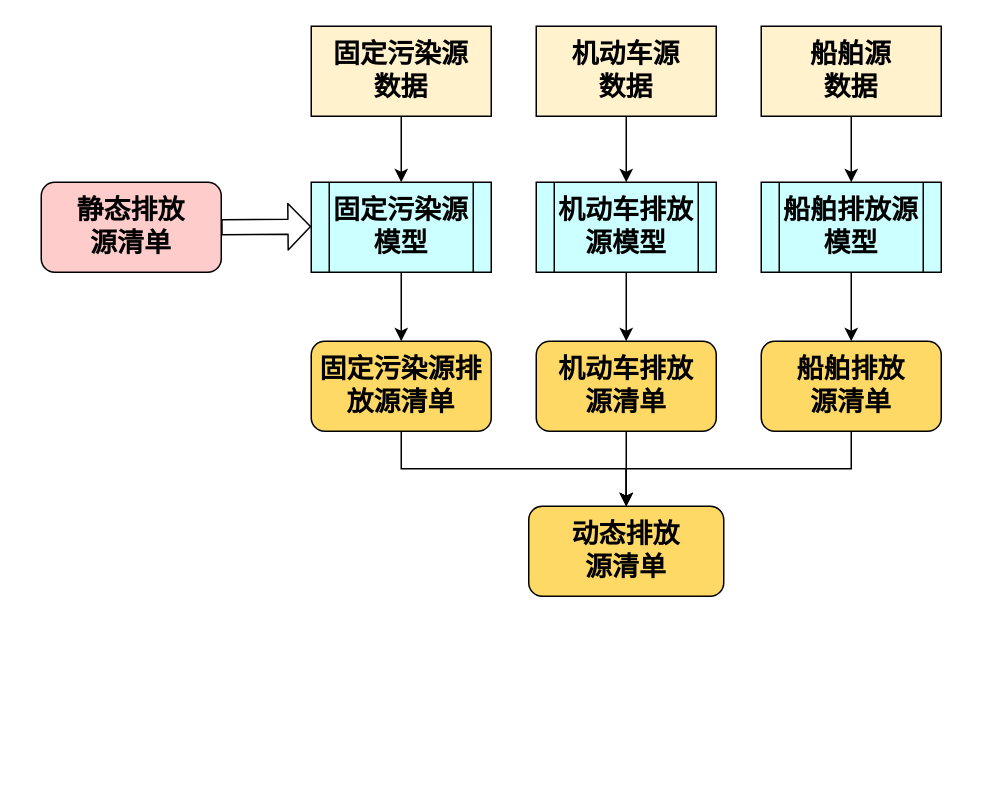
The draw.io diagram 动态源清单内容.drawio in WienWong/Misc, before the edit. Source tidied: cells renumbered, new cells numbered last; positions are measured from the earlier drawing's top-left corner, leaving out a move shared by most shapes. Both pictures are drawn from the tidied source at 150%, with x=0, y=0 at pixel (40, 26).
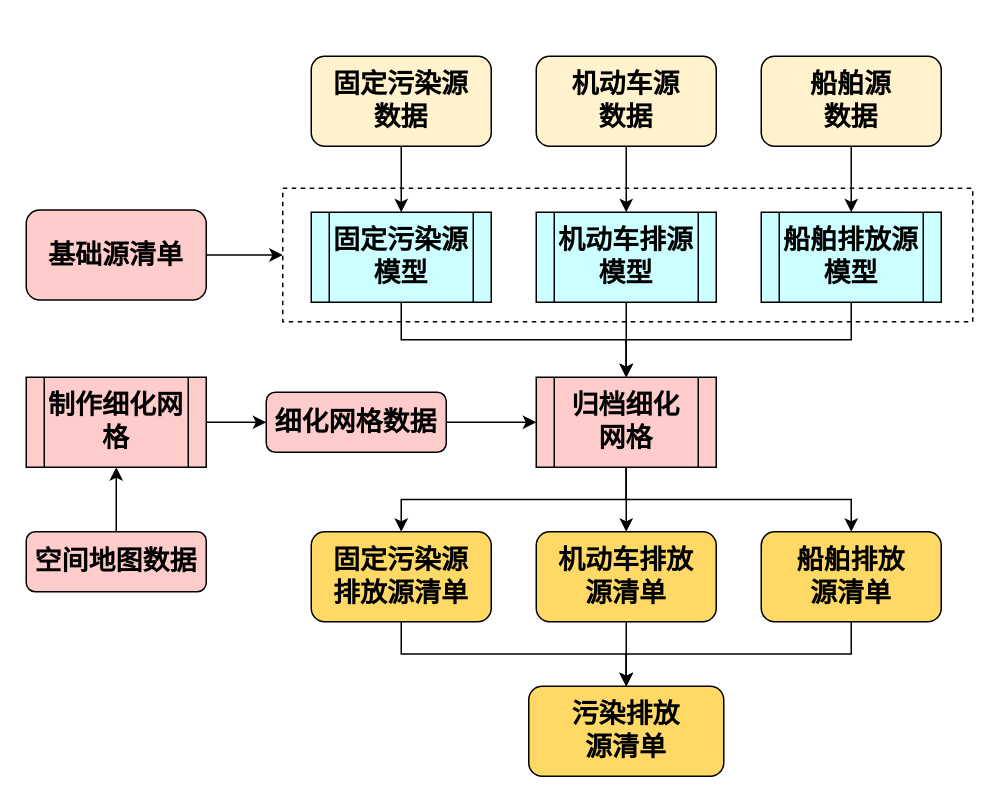
The same diagram, later.

Commit message:
Update 动态源清单内容.drawio

The edit, as a diff of the source:
```diff
@@
-    <mxCell id="2" value="&lt;font style=&quot;font-size: 18px&quot;&gt;&lt;b&gt;动态&lt;/b&gt;&lt;b&gt;排放&lt;br&gt;源清单&lt;/b&gt;&lt;b&gt;&lt;br&gt;&lt;/b&gt;&lt;/font&gt;" style="rounded=1;whiteSpace=wrap;html=1;fillColor=#FFD966;" parent="1" vertex="1">
-      <mxGeometry x="325" y="320" width="130" height="60" as="geometry" />
+    <mxCell id="2" value="&lt;font style=&quot;font-size: 18px&quot;&gt;&lt;b&gt;污染排放&lt;br&gt;源清单&lt;/b&gt;&lt;b&gt;&lt;br&gt;&lt;/b&gt;&lt;/font&gt;" style="rounded=1;whiteSpace=wrap;html=1;fillColor=#FFD966;" parent="1" vertex="1">
+      <mxGeometry x="325" y="440" width="130" height="60" as="geometry" />
     </mxCell>
+    <mxCell id="23" style="edgeStyle=orthogonalEdgeStyle;rounded=0;jettySize=auto;html=1;exitX=1;exitY=0.5;exitDx=0;exitDy=0;" parent="1" edge="1" source="9" target="25">
+      <mxGeometry relative="1" as="geometry" />
+    </mxCell>
+    <mxCell id="9" value="&lt;font style=&quot;font-size: 18px&quot;&gt;&lt;b&gt;基础源清单&lt;/b&gt;&lt;/font&gt;" style="rounded=1;whiteSpace=wrap;html=1;fillColor=#FFCCCC;" parent="1" vertex="1">
+      <mxGeometry x="-10" y="122.5" width="120" height="60" as="geometry" />
+    </mxCell>
+    <mxCell id="16" style="edgeStyle=orthogonalEdgeStyle;rounded=0;jettySize=auto;html=1;exitX=0.5;exitY=1;exitDx=0;exitDy=0;" parent="1" edge="1" source="17" target="2">
+      <mxGeometry relative="1" as="geometry" />
+    </mxCell>
+    <mxCell id="17" value="&lt;font style=&quot;font-size: 18px&quot;&gt;&lt;b&gt;固定污染源&lt;br&gt;排放源清单&lt;/b&gt;&lt;b&gt;&lt;br&gt;&lt;/b&gt;&lt;/font&gt;" style="rounded=1;whiteSpace=wrap;html=1;fillColor=#FFD966;" parent="1" vertex="1">
+      <mxGeometry x="180" y="337" width="120" height="60" as="geometry" />
+    </mxCell>
+    <mxCell id="24" style="edgeStyle=orthogonalEdgeStyle;rounded=0;jettySize=auto;html=1;exitX=0.5;exitY=1;exitDx=0;exitDy=0;" parent="1" edge="1" source="19" target="2">
+      <mxGeometry relative="1" as="geometry" />
+    </mxCell>
+    <mxCell id="19" value="&lt;font style=&quot;font-size: 18px&quot;&gt;&lt;b&gt;机动车排放&lt;br&gt;源清单&lt;/b&gt;&lt;b&gt;&lt;br&gt;&lt;/b&gt;&lt;/font&gt;" style="rounded=1;whiteSpace=wrap;html=1;fillColor=#FFD966;" parent="1" vertex="1">
+      <mxGeometry x="330" y="337" width="120" height="60" as="geometry" />
+    </mxCell>
+    <mxCell id="20" style="edgeStyle=orthogonalEdgeStyle;rounded=0;jettySize=auto;html=1;exitX=0.5;exitY=1;exitDx=0;exitDy=0;" parent="1" edge="1" source="21" target="2">
+      <mxGeometry relative="1" as="geometry" />
+    </mxCell>
+    <mxCell id="21" value="&lt;font style=&quot;font-size: 18px&quot;&gt;&lt;b&gt;船舶排放&lt;br&gt;源清单&lt;/b&gt;&lt;b&gt;&lt;br&gt;&lt;/b&gt;&lt;/font&gt;" style="rounded=1;whiteSpace=wrap;html=1;fillColor=#FFD966;" parent="1" vertex="1">
+      <mxGeometry x="480" y="337" width="120" height="60" as="geometry" />
+    </mxCell>
+    <mxCell id="25" style="rounded=0;whiteSpace=wrap;html=1;dashed=1;" parent="1" vertex="1">
+      <mxGeometry x="161" y="108" width="460" height="89" as="geometry" />
+    </mxCell>
+    <mxCell id="26" style="edgeStyle=orthogonalEdgeStyle;rounded=0;jettySize=auto;html=1;exitX=0.5;exitY=1;exitDx=0;exitDy=0;entryX=0.5;entryY=0;entryDx=0;entryDy=0;" parent="1" edge="1" source="11" target="39">
+      <mxGeometry relative="1" as="geometry" />
+    </mxCell>
+    <mxCell id="11" value="&lt;font style=&quot;font-size: 18px&quot;&gt;&lt;b&gt;固定污染源&lt;br&gt;模型&lt;/b&gt;&lt;/font&gt;" style="shape=process;whiteSpace=wrap;html=1;backgroundOutline=1;fillColor=#CCFFFF;" parent="1" vertex="1">
+      <mxGeometry x="180" y="124" width="120" height="60" as="geometry" />
+    </mxCell>
+    <mxCell id="27" style="edgeStyle=orthogonalEdgeStyle;rounded=0;jettySize=auto;html=1;exitX=0.5;exitY=1;exitDx=0;exitDy=0;" parent="1" edge="1" source="28" target="39">
+      <mxGeometry relative="1" as="geometry" />
+    </mxCell>
+    <mxCell id="28" value="&lt;font style=&quot;font-size: 18px&quot;&gt;&lt;b&gt;机动车排源&lt;br&gt;模型&lt;/b&gt;&lt;/font&gt;" style="shape=process;whiteSpace=wrap;html=1;backgroundOutline=1;fillColor=#CCFFFF;" parent="1" vertex="1">
+      <mxGeometry x="330" y="124" width="120" height="60" as="geometry" />
+    </mxCell>
+    <mxCell id="29" style="edgeStyle=orthogonalEdgeStyle;rounded=0;jettySize=auto;html=1;exitX=0.5;exitY=1;exitDx=0;exitDy=0;entryX=0.5;entryY=0;entryDx=0;entryDy=0;" parent="1" edge="1" source="15" target="39">
+      <mxGeometry relative="1" as="geometry" />
+    </mxCell>
+    <mxCell id="15" value="&lt;b&gt;&lt;font style=&quot;font-size: 18px&quot;&gt;船舶排放源&lt;br&gt;模型&lt;/font&gt;&lt;/b&gt;" style="shape=process;whiteSpace=wrap;html=1;backgroundOutline=1;fillColor=#CCFFFF;" parent="1" vertex="1">
+      <mxGeometry x="480" y="124" width="120" height="60" as="geometry" />
+    </mxCell>
+    <mxCell id="30" style="edgeStyle=orthogonalEdgeStyle;rounded=0;jettySize=auto;html=1;exitX=1;exitY=0.5;exitDx=0;exitDy=0;entryX=0;entryY=0.5;entryDx=0;entryDy=0;" parent="1" edge="1" source="31" target="39">
+      <mxGeometry relative="1" as="geometry" />
+    </mxCell>
+    <mxCell id="31" value="&lt;font style=&quot;font-size: 18px&quot;&gt;&lt;b&gt;细化网格数据&lt;/b&gt;&lt;/font&gt;" style="rounded=1;whiteSpace=wrap;html=1;fontSize=12;glass=0;strokeWidth=1;shadow=0;fillColor=#FFCCCC;" parent="1" vertex="1">
+      <mxGeometry x="150" y="244" width="120" height="40" as="geometry" />
+    </mxCell>
+    <mxCell id="32" style="edgeStyle=orthogonalEdgeStyle;rounded=0;jettySize=auto;html=1;exitX=1;exitY=0.5;exitDx=0;exitDy=0;entryX=0;entryY=0.5;entryDx=0;entryDy=0;" parent="1" edge="1" source="33" target="31">
+      <mxGeometry relative="1" as="geometry" />
+    </mxCell>
+    <mxCell id="33" value="&lt;font style=&quot;font-size: 18px&quot;&gt;&lt;b&gt;制作细化网格&lt;/b&gt;&lt;/font&gt;" style="shape=process;whiteSpace=wrap;html=1;backgroundOutline=1;fillColor=#FFCCCC;" parent="1" vertex="1">
+      <mxGeometry x="-10" y="234" width="120" height="60" as="geometry" />
+    </mxCell>
+    <mxCell id="34" style="edgeStyle=orthogonalEdgeStyle;rounded=0;jettySize=auto;html=1;exitX=0.5;exitY=0;exitDx=0;exitDy=0;" parent="1" edge="1" source="35" target="33">
+      <mxGeometry relative="1" as="geometry" />
+    </mxCell>
+    <mxCell id="35" value="&lt;font style=&quot;font-size: 18px&quot;&gt;&lt;b&gt;空间地图数据&lt;/b&gt;&lt;/font&gt;" style="rounded=1;whiteSpace=wrap;html=1;fontSize=12;glass=0;strokeWidth=1;shadow=0;fillColor=#FFCCCC;" parent="1" vertex="1">
+      <mxGeometry x="-10" y="337" width="120" height="40" as="geometry" />
+    </mxCell>
+    <mxCell id="36" style="edgeStyle=orthogonalEdgeStyle;rounded=0;jettySize=auto;html=1;exitX=0.5;exitY=1;exitDx=0;exitDy=0;" parent="1" edge="1" source="39" target="17">
+      <mxGeometry relative="1" as="geometry" />
+    </mxCell>
+    <mxCell id="37" style="edgeStyle=orthogonalEdgeStyle;rounded=0;jettySize=auto;html=1;exitX=0.5;exitY=1;exitDx=0;exitDy=0;" parent="1" edge="1" source="39" target="19">
+      <mxGeometry relative="1" as="geometry" />
+    </mxCell>
+    <mxCell id="38" style="edgeStyle=orthogonalEdgeStyle;rounded=0;jettySize=auto;html=1;exitX=0.5;exitY=1;exitDx=0;exitDy=0;" parent="1" edge="1" source="39" target="21">
+      <mxGeometry relative="1" as="geometry" />
+    </mxCell>
+    <mxCell id="39" value="&lt;b&gt;&lt;font style=&quot;font-size: 18px&quot;&gt;归档细化&lt;br&gt;网格&lt;/font&gt;&lt;/b&gt;" style="shape=process;whiteSpace=wrap;html=1;backgroundOutline=1;fillColor=#FFCCCC;" parent="1" vertex="1">
+      <mxGeometry x="330" y="234" width="120" height="60" as="geometry" />
+    </mxCell>
-    <mxCell id="3" style="edgeStyle=orthogonalEdgeStyle;rounded=0;jettySize=auto;html=1;exitX=0.5;exitY=1;exitDx=0;exitDy=0;entryX=0.5;entryY=0;entryDx=0;entryDy=0;" parent="1" edge="1" source="4" target="11">
+    <mxCell id="3" style="edgeStyle=orthogonalEdgeStyle;rounded=0;jettySize=auto;html=1;exitX=0.5;exitY=1;exitDx=0;exitDy=0;" parent="1" edge="1" source="4" target="11">
       <mxGeometry relative="1" as="geometry" />
     </mxCell>
-    <mxCell id="4" value="&lt;b&gt;&lt;font style=&quot;font-size: 18px&quot;&gt;固定污染源&lt;br&gt;数据&lt;/font&gt;&lt;/b&gt;" style="rounded=0;whiteSpace=wrap;html=1;fillColor=#fff2cc;" parent="1" vertex="1">
-      <mxGeometry x="180" width="120" height="60" as="geometry" />
+    <mxCell id="4" value="&lt;b&gt;&lt;font style=&quot;font-size: 18px&quot;&gt;固定污染源&lt;br&gt;数据&lt;/font&gt;&lt;/b&gt;" style="rounded=1;whiteSpace=wrap;html=1;fillColor=#fff2cc;" parent="1" vertex="1">
+      <mxGeometry x="180" y="20" width="120" height="60" as="geometry" />
     </mxCell>
-    <mxCell id="5" style="edgeStyle=orthogonalEdgeStyle;rounded=0;jettySize=auto;html=1;exitX=0.5;exitY=1;exitDx=0;exitDy=0;entryX=0.5;entryY=0;entryDx=0;entryDy=0;" parent="1" edge="1" source="6" target="13">
-      <mxGeometry relative="1" as="geometry" />
-    </mxCell>
+    <mxCell id="40" style="edgeStyle=orthogonalEdgeStyle;rounded=0;jettySize=auto;html=1;exitX=0.5;exitY=1;exitDx=0;exitDy=0;entryX=0.5;entryY=0;entryDx=0;entryDy=0;" parent="1" edge="1" source="6" target="28">
+      <mxGeometry relative="1" as="geometry" />
+    </mxCell>
-    <mxCell id="6" value="&lt;font style=&quot;font-size: 18px&quot;&gt;&lt;b&gt;机动车源&lt;br&gt;数据&lt;br&gt;&lt;/b&gt;&lt;/font&gt;" style="rounded=0;whiteSpace=wrap;html=1;fillColor=#fff2cc;" parent="1" vertex="1">
-      <mxGeometry x="330" width="120" height="60" as="geometry" />
+    <mxCell id="6" value="&lt;font style=&quot;font-size: 18px&quot;&gt;&lt;b&gt;机动车源&lt;br&gt;数据&lt;br&gt;&lt;/b&gt;&lt;/font&gt;" style="rounded=1;whiteSpace=wrap;html=1;fillColor=#fff2cc;" parent="1" vertex="1">
+      <mxGeometry x="330" y="20" width="120" height="60" as="geometry" />
     </mxCell>
@@
-    <mxCell id="8" value="&lt;font style=&quot;font-size: 18px&quot;&gt;&lt;b&gt;船舶源&lt;br&gt;数据&lt;br&gt;&lt;/b&gt;&lt;/font&gt;" style="rounded=0;whiteSpace=wrap;html=1;fillColor=#fff2cc;" parent="1" vertex="1">
-      <mxGeometry x="480" width="120" height="60" as="geometry" />
+    <mxCell id="8" value="&lt;font style=&quot;font-size: 18px&quot;&gt;&lt;b&gt;船舶源&lt;br&gt;数据&lt;br&gt;&lt;/b&gt;&lt;/font&gt;" style="rounded=1;whiteSpace=wrap;html=1;fillColor=#fff2cc;" parent="1" vertex="1">
+      <mxGeometry x="480" y="20" width="120" height="60" as="geometry" />
     </mxCell>
-    <mxCell id="9" value="&lt;font style=&quot;font-size: 18px&quot;&gt;&lt;b&gt;静态排放&lt;br&gt;源清单&lt;/b&gt;&lt;/font&gt;" style="rounded=1;whiteSpace=wrap;html=1;fillColor=#FFCCCC;" parent="1" vertex="1">
-      <mxGeometry y="104" width="120" height="60" as="geometry" />
-    </mxCell>
-    <mxCell id="10" style="edgeStyle=orthogonalEdgeStyle;rounded=0;jettySize=auto;html=1;exitX=0.5;exitY=1;exitDx=0;exitDy=0;" parent="1" edge="1" source="11" target="17">
-      <mxGeometry relative="1" as="geometry" />
-    </mxCell>
-    <mxCell id="11" value="&lt;font style=&quot;font-size: 18px&quot;&gt;&lt;b&gt;固定污染源&lt;br&gt;模型&lt;/b&gt;&lt;/font&gt;" style="shape=process;whiteSpace=wrap;html=1;backgroundOutline=1;fillColor=#CCFFFF;" parent="1" vertex="1">
-      <mxGeometry x="180" y="104" width="120" height="60" as="geometry" />
-    </mxCell>
-    <mxCell id="12" style="edgeStyle=orthogonalEdgeStyle;rounded=0;jettySize=auto;html=1;exitX=0.5;exitY=1;exitDx=0;exitDy=0;entryX=0.5;entryY=0;entryDx=0;entryDy=0;" parent="1" edge="1" source="13" target="19">
-      <mxGeometry relative="1" as="geometry" />
-    </mxCell>
-    <mxCell id="13" value="&lt;font style=&quot;font-size: 18px&quot;&gt;&lt;b&gt;机动车排放源模型&lt;/b&gt;&lt;/font&gt;" style="shape=process;whiteSpace=wrap;html=1;backgroundOutline=1;fillColor=#CCFFFF;" parent="1" vertex="1">
-      <mxGeometry x="330" y="104" width="120" height="60" as="geometry" />
-    </mxCell>
-    <mxCell id="14" style="edgeStyle=orthogonalEdgeStyle;rounded=0;jettySize=auto;html=1;exitX=0.5;exitY=1;exitDx=0;exitDy=0;entryX=0.5;entryY=0;entryDx=0;entryDy=0;" parent="1" edge="1" source="15" target="21">
-      <mxGeometry relative="1" as="geometry" />
-    </mxCell>
-    <mxCell id="15" value="&lt;b&gt;&lt;font style=&quot;font-size: 18px&quot;&gt;船舶排放源&lt;br&gt;模型&lt;/font&gt;&lt;/b&gt;" style="shape=process;whiteSpace=wrap;html=1;backgroundOutline=1;fillColor=#CCFFFF;" parent="1" vertex="1">
-      <mxGeometry x="480" y="104" width="120" height="60" as="geometry" />
-    </mxCell>
-    <mxCell id="16" style="edgeStyle=orthogonalEdgeStyle;rounded=0;jettySize=auto;html=1;exitX=0.5;exitY=1;exitDx=0;exitDy=0;entryX=0.5;entryY=0;entryDx=0;entryDy=0;" parent="1" edge="1" source="17" target="2">
-      <mxGeometry relative="1" as="geometry" />
-    </mxCell>
-    <mxCell id="17" value="&lt;font style=&quot;font-size: 18px&quot;&gt;&lt;b&gt;固定污染源排放源清单&lt;/b&gt;&lt;b&gt;&lt;br&gt;&lt;/b&gt;&lt;/font&gt;" style="rounded=1;whiteSpace=wrap;html=1;fillColor=#FFD966;" parent="1" vertex="1">
-      <mxGeometry x="180" y="210" width="120" height="60" as="geometry" />
-    </mxCell>
-    <mxCell id="18" style="edgeStyle=orthogonalEdgeStyle;rounded=0;jettySize=auto;html=1;exitX=0.5;exitY=1;exitDx=0;exitDy=0;" parent="1" edge="1" source="19">
-      <mxGeometry relative="1" as="geometry">
-        <mxPoint x="390" y="320" as="targetPoint" />
-      </mxGeometry>
-    </mxCell>
-    <mxCell id="19" value="&lt;font style=&quot;font-size: 18px&quot;&gt;&lt;b&gt;机动车排放&lt;br&gt;源清单&lt;/b&gt;&lt;b&gt;&lt;br&gt;&lt;/b&gt;&lt;/font&gt;" style="rounded=1;whiteSpace=wrap;html=1;fillColor=#FFD966;" parent="1" vertex="1">
-      <mxGeometry x="330" y="210" width="120" height="60" as="geometry" />
-    </mxCell>
-    <mxCell id="20" style="edgeStyle=orthogonalEdgeStyle;rounded=0;jettySize=auto;html=1;exitX=0.5;exitY=1;exitDx=0;exitDy=0;entryX=0.5;entryY=0;entryDx=0;entryDy=0;" parent="1" edge="1" source="21" target="2">
-      <mxGeometry relative="1" as="geometry" />
-    </mxCell>
-    <mxCell id="21" value="&lt;font style=&quot;font-size: 18px&quot;&gt;&lt;b&gt;船舶排放&lt;br&gt;源清单&lt;/b&gt;&lt;b&gt;&lt;br&gt;&lt;/b&gt;&lt;/font&gt;" style="rounded=1;whiteSpace=wrap;html=1;fillColor=#FFD966;" parent="1" vertex="1">
-      <mxGeometry x="480" y="210" width="120" height="60" as="geometry" />
-    </mxCell>
-    <mxCell id="22" style="shape=flexArrow;endArrow=classic;html=1;width=10;endSize=4.67;exitX=1;exitY=0.5;exitDx=0;exitDy=0;" parent="1" edge="1" source="9">
-      <mxGeometry relative="1" as="geometry">
-        <mxPoint x="180" y="133.5" as="targetPoint" />
-      </mxGeometry>
-    </mxCell>
```
